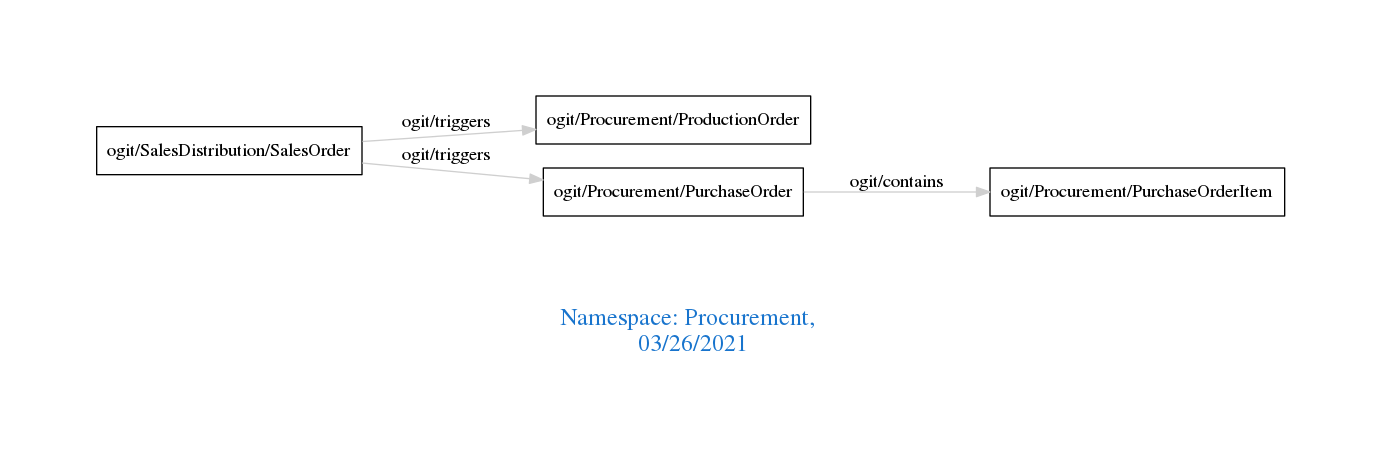
Above: downloads/Procurement.png in arago/OGIT (Graphviz), before the change. Its source is kept beside it as downloads/Procurement.dot.
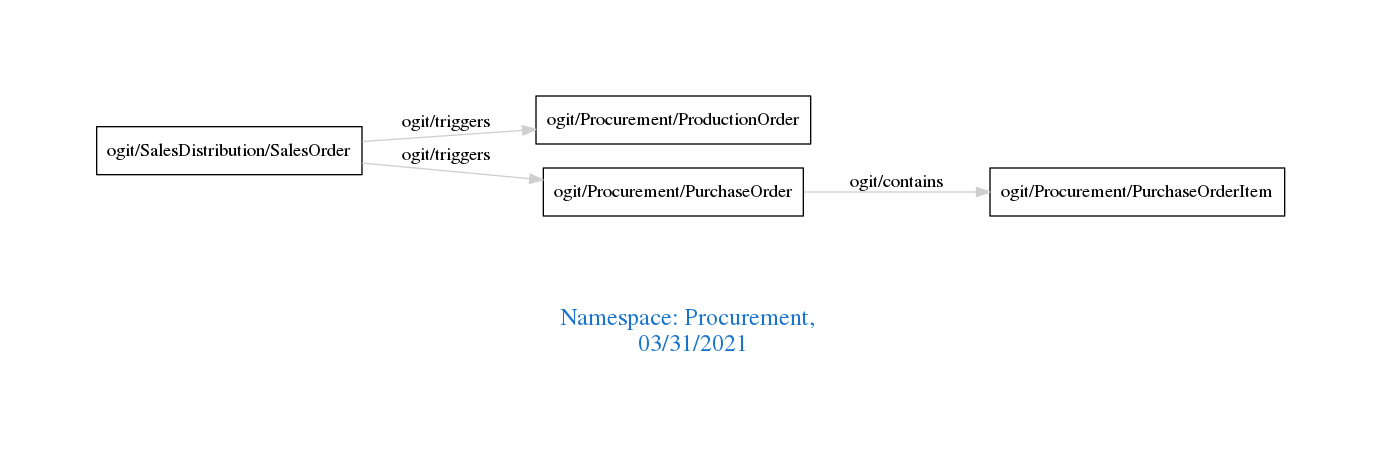
The same diagram one commit later.

Change to the diagram source:
```diff
@@ -1,7 +1,7 @@
 digraph OGIT_ontology {
  graph [ rankdir= LR,pad=1
 fontsize = 18,
-fontcolor= dodgerblue3,label = "\n\n\nNamespace: Procurement, \n 03/26/2021"];
+fontcolor= dodgerblue3,label = "\n\n\nNamespace: Procurement, \n 03/31/2021"];
 node[shape=polygon];
 edge [  color="gray81"];
 
```
